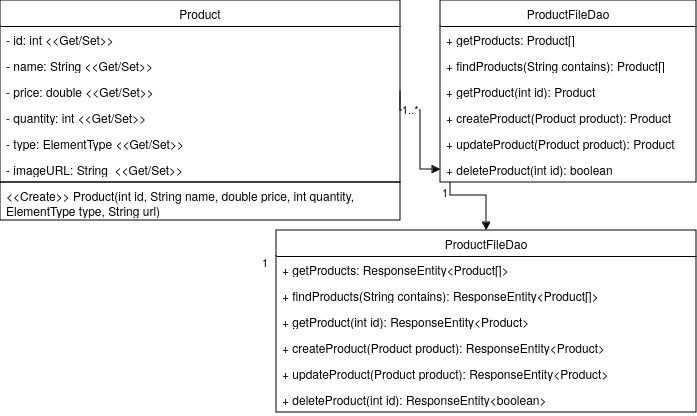
Earlier version of the draw.io export docs/OOP-Design-Diagram-1-and-3.png (Anti5893/Swen261-Project-Alchemy-Alley). Source tidied: cells renumbered, new cells last; positions are measured from the earlier drawing's top-left corner, leaving out a move shared by most shapes. Source of this version:
```xml
<mxGraphModel>
  <root>
    <mxCell id="0" />
    <mxCell id="1" parent="0" />
    <mxCell id="2" value="Product" style="swimlane;fontStyle=0;horizontal=1;startSize=26;fillColor=none;whiteSpace=wrap;html=1;" parent="1" vertex="1">
      <mxGeometry width="400" height="182" as="geometry" />
    </mxCell>
    <mxCell id="3" value="- id: int &amp;lt;&amp;lt;Get/Set&amp;gt;&amp;gt;" style="text;strokeColor=none;fillColor=none;align=left;verticalAlign=top;spacingLeft=4;spacingRight=4;overflow=hidden;whiteSpace=wrap;html=1;" parent="2" vertex="1">
      <mxGeometry y="26" width="400" height="26" as="geometry" />
    </mxCell>
    <mxCell id="4" value="- name: String &amp;lt;&amp;lt;Get/Set&amp;gt;&amp;gt;" style="text;strokeColor=none;fillColor=none;align=left;verticalAlign=top;spacingLeft=4;spacingRight=4;overflow=hidden;whiteSpace=wrap;html=1;" parent="2" vertex="1">
      <mxGeometry y="52" width="400" height="26" as="geometry" />
    </mxCell>
    <mxCell id="5" value="- price: double &amp;lt;&amp;lt;Get/Set&amp;gt;&amp;gt;" style="text;strokeColor=none;fillColor=none;align=left;verticalAlign=top;spacingLeft=4;spacingRight=4;overflow=hidden;points=[[0,0.5],[1,0.5]];portConstraint=eastwest;whiteSpace=wrap;html=1;" parent="2" vertex="1">
      <mxGeometry y="78" width="400" height="26" as="geometry" />
    </mxCell>
    <mxCell id="6" value="- quantity: int &amp;lt;&amp;lt;Get/Set&amp;gt;&amp;gt;" style="text;strokeColor=none;fillColor=none;align=left;verticalAlign=top;spacingLeft=4;spacingRight=4;overflow=hidden;whiteSpace=wrap;html=1;" parent="2" vertex="1">
      <mxGeometry y="104" width="400" height="26" as="geometry" />
    </mxCell>
    <mxCell id="7" value="- type: ElementType &amp;lt;&amp;lt;Get/Set&amp;gt;&amp;gt;" style="text;strokeColor=none;fillColor=none;align=left;verticalAlign=top;spacingLeft=4;spacingRight=4;overflow=hidden;whiteSpace=wrap;html=1;" parent="2" vertex="1">
      <mxGeometry y="130" width="400" height="26" as="geometry" />
    </mxCell>
    <mxCell id="8" value="- imageURL: String&amp;nbsp; &amp;lt;&amp;lt;Get/Set&amp;gt;&amp;gt;" style="text;strokeColor=none;fillColor=none;align=left;verticalAlign=top;spacingLeft=4;spacingRight=4;overflow=hidden;whiteSpace=wrap;html=1;" parent="2" vertex="1">
      <mxGeometry y="156" width="400" height="26" as="geometry" />
    </mxCell>
    <mxCell id="9" value="ProductFileDao" style="swimlane;fontStyle=0;horizontal=1;startSize=26;fillColor=none;whiteSpace=wrap;html=1;" parent="1" vertex="1">
      <mxGeometry x="440" width="256" height="182" as="geometry" />
    </mxCell>
    <mxCell id="10" value="+ getProducts: Product[]" style="text;strokeColor=none;fillColor=none;align=left;verticalAlign=top;spacingLeft=4;spacingRight=4;overflow=hidden;whiteSpace=wrap;html=1;" parent="9" vertex="1">
      <mxGeometry y="26" width="256" height="26" as="geometry" />
    </mxCell>
    <mxCell id="11" value="+ findProducts(String contains): Product[]" style="text;strokeColor=none;fillColor=none;align=left;verticalAlign=top;spacingLeft=4;spacingRight=4;overflow=hidden;whiteSpace=wrap;html=1;" parent="9" vertex="1">
      <mxGeometry y="52" width="256" height="26" as="geometry" />
    </mxCell>
    <mxCell id="12" value="+ getProduct(int id): Product" style="text;strokeColor=none;fillColor=none;align=left;verticalAlign=top;spacingLeft=4;spacingRight=4;overflow=hidden;whiteSpace=wrap;html=1;" parent="9" vertex="1">
      <mxGeometry y="78" width="256" height="26" as="geometry" />
    </mxCell>
    <mxCell id="13" value="+ createProduct(Product product): Product" style="text;strokeColor=none;fillColor=none;align=left;verticalAlign=top;spacingLeft=4;spacingRight=4;overflow=hidden;whiteSpace=wrap;html=1;" parent="9" vertex="1">
      <mxGeometry y="104" width="256" height="26" as="geometry" />
    </mxCell>
    <mxCell id="14" value="+ updateProduct(Product product): Product" style="text;strokeColor=none;fillColor=none;align=left;verticalAlign=top;spacingLeft=4;spacingRight=4;overflow=hidden;whiteSpace=wrap;html=1;" parent="9" vertex="1">
      <mxGeometry y="130" width="256" height="26" as="geometry" />
    </mxCell>
    <mxCell id="15" value="+ deleteProduct(int id): boolean" style="text;strokeColor=none;fillColor=none;align=left;verticalAlign=top;spacingLeft=4;spacingRight=4;overflow=hidden;whiteSpace=wrap;html=1;" parent="9" vertex="1">
      <mxGeometry y="156" width="256" height="26" as="geometry" />
    </mxCell>
    <mxCell id="16" value="ProductFileDao" style="swimlane;fontStyle=0;horizontal=1;startSize=26;fillColor=none;whiteSpace=wrap;html=1;" parent="1" vertex="1">
      <mxGeometry x="276" y="230" width="420" height="182" as="geometry" />
    </mxCell>
    <mxCell id="17" value="+ getProducts: ResponseEntity&amp;lt;Product[]&amp;gt;" style="text;strokeColor=none;fillColor=none;align=left;verticalAlign=top;spacingLeft=4;spacingRight=4;overflow=hidden;whiteSpace=wrap;html=1;" parent="16" vertex="1">
      <mxGeometry y="26" width="420" height="26" as="geometry" />
    </mxCell>
    <mxCell id="18" value="+ findProducts(String contains): ResponseEntity&amp;lt;Product[]&amp;gt;" style="text;strokeColor=none;fillColor=none;align=left;verticalAlign=top;spacingLeft=4;spacingRight=4;overflow=hidden;whiteSpace=wrap;html=1;" parent="16" vertex="1">
      <mxGeometry y="52" width="420" height="26" as="geometry" />
    </mxCell>
    <mxCell id="19" value="+ getProduct(int id): ResponseEntity&amp;lt;Product&amp;gt;" style="text;strokeColor=none;fillColor=none;align=left;verticalAlign=top;spacingLeft=4;spacingRight=4;overflow=hidden;whiteSpace=wrap;html=1;" parent="16" vertex="1">
      <mxGeometry y="78" width="420" height="26" as="geometry" />
    </mxCell>
    <mxCell id="20" value="&lt;div&gt;+ createProduct(Product product): ResponseEntity&amp;lt;Product&amp;gt;&lt;/div&gt;" style="text;strokeColor=none;fillColor=none;align=left;verticalAlign=top;spacingLeft=4;spacingRight=4;overflow=hidden;whiteSpace=wrap;html=1;" parent="16" vertex="1">
      <mxGeometry y="104" width="420" height="26" as="geometry" />
    </mxCell>
    <mxCell id="21" value="+ updateProduct(Product product): ResponseEntity&amp;lt;Product&amp;gt;" style="text;strokeColor=none;fillColor=none;align=left;verticalAlign=top;spacingLeft=4;spacingRight=4;overflow=hidden;whiteSpace=wrap;html=1;" parent="16" vertex="1">
      <mxGeometry y="130" width="420" height="26" as="geometry" />
    </mxCell>
    <mxCell id="22" value="+ deleteProduct(int id): ResponseEntity&amp;lt;boolean&amp;gt;" style="text;strokeColor=none;fillColor=none;align=left;verticalAlign=top;spacingLeft=4;spacingRight=4;overflow=hidden;whiteSpace=wrap;html=1;" parent="16" vertex="1">
      <mxGeometry y="156" width="420" height="26" as="geometry" />
    </mxCell>
    <mxCell id="23" value="1" style="edgeLabel;html=1;align=left;verticalAlign=bottom;" parent="1" vertex="1">
      <mxGeometry x="260" y="270" as="geometry" />
    </mxCell>
    <mxCell id="24" value="&lt;div&gt;&lt;br&gt;&lt;/div&gt;" style="endArrow=block;endFill=1;html=1;edgeStyle=orthogonalEdgeStyle;align=left;verticalAlign=top;rounded=0;exitX=1;exitY=0.5;exitDx=0;exitDy=0;" parent="1" edge="1" source="5">
      <mxGeometry x="-1" relative="1" as="geometry">
        <mxPoint x="440" y="169" as="targetPoint" />
        <Array as="points">
          <mxPoint x="400" y="110" />
          <mxPoint x="420" y="110" />
          <mxPoint x="420" y="169" />
        </Array>
      </mxGeometry>
    </mxCell>
    <mxCell id="25" value="1..*" style="edgeLabel;html=1;align=left;verticalAlign=bottom;" parent="24" vertex="1">
      <mxGeometry x="-1" relative="1" as="geometry">
        <mxPoint y="26" as="offset" />
      </mxGeometry>
    </mxCell>
    <mxCell id="26" value="&lt;div&gt;&lt;br&gt;&lt;/div&gt;" style="endArrow=block;endFill=1;html=1;edgeStyle=orthogonalEdgeStyle;align=left;verticalAlign=top;rounded=0;exitX=0.689;exitY=1.038;exitDx=0;exitDy=0;exitPerimeter=0;entryX=0.5;entryY=0;entryDx=0;entryDy=0;" parent="1" edge="1" target="16">
      <mxGeometry x="-1" relative="1" as="geometry">
        <mxPoint x="450" y="182" as="sourcePoint" />
        <Array as="points">
          <mxPoint x="450" y="195" />
          <mxPoint x="486" y="195" />
        </Array>
      </mxGeometry>
    </mxCell>
    <mxCell id="27" value="1" style="edgeLabel;html=1;align=left;verticalAlign=bottom;" parent="26" vertex="1">
      <mxGeometry x="-1" relative="1" as="geometry">
        <mxPoint x="-10" y="18" as="offset" />
      </mxGeometry>
    </mxCell>
    <mxCell id="28" value="&amp;lt;&amp;lt;Create&amp;gt;&amp;gt; Product(int id, String name, double price, int quantity, ElementType type, String url)" style="text;strokeColor=default;fillColor=none;align=left;verticalAlign=top;spacingLeft=4;spacingRight=4;overflow=hidden;whiteSpace=wrap;html=1;" parent="1" vertex="1">
      <mxGeometry y="182" width="400" height="38" as="geometry" />
    </mxCell>
  </root>
</mxGraphModel>
```
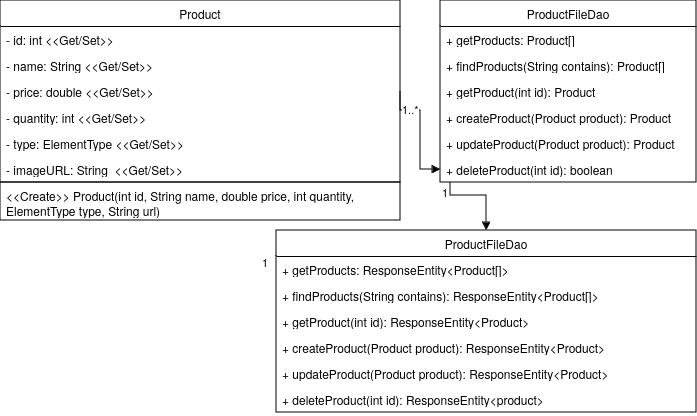
Above is the later version.

Commit message:
fixed uml for oop 1 and 3

Diff of the diagram source:
```diff
@@ -62,7 +62,7 @@
     <mxCell id="21" value="+ updateProduct(Product product): ResponseEntity&amp;lt;Product&amp;gt;" style="text;strokeColor=none;fillColor=none;align=left;verticalAlign=top;spacingLeft=4;spacingRight=4;overflow=hidden;whiteSpace=wrap;html=1;" parent="16" vertex="1">
       <mxGeometry y="130" width="420" height="26" as="geometry" />
     </mxCell>
-    <mxCell id="22" value="+ deleteProduct(int id): ResponseEntity&amp;lt;boolean&amp;gt;" style="text;strokeColor=none;fillColor=none;align=left;verticalAlign=top;spacingLeft=4;spacingRight=4;overflow=hidden;whiteSpace=wrap;html=1;" parent="16" vertex="1">
+    <mxCell id="22" value="+ deleteProduct(int id): ResponseEntity&amp;lt;product&amp;gt;" style="text;strokeColor=none;fillColor=none;align=left;verticalAlign=top;spacingLeft=4;spacingRight=4;overflow=hidden;whiteSpace=wrap;html=1;" parent="16" vertex="1">
       <mxGeometry y="156" width="420" height="26" as="geometry" />
     </mxCell>
     <mxCell id="23" value="1" style="edgeLabel;html=1;align=left;verticalAlign=bottom;" parent="1" vertex="1">
```
